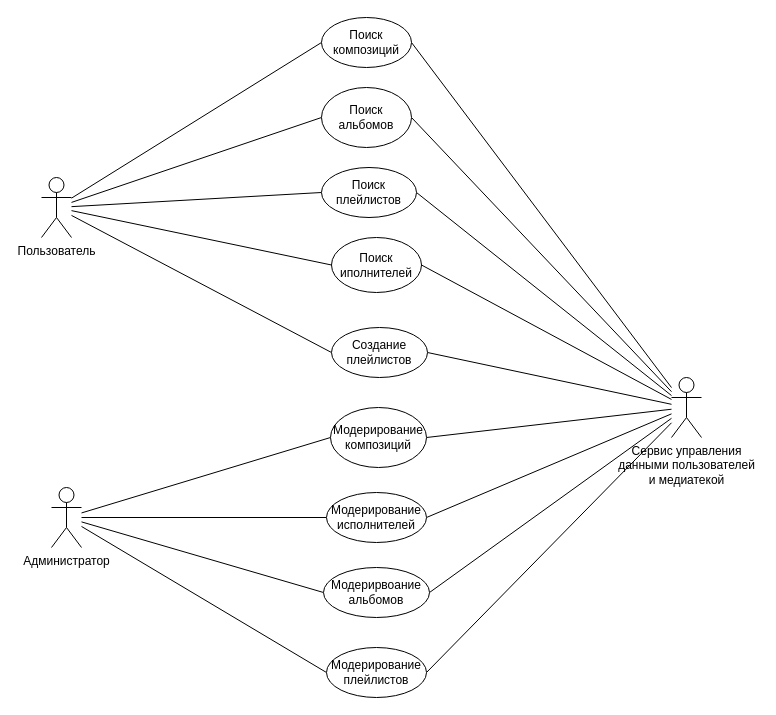
Above: use_case_diagram/use_case_diafram.drawio in UmbrellaLeaf5/music_library_database (draw.io), before the change. Source tidied: cells renumbered, new cells numbered last; positions are measured from the earlier drawing's top-left corner, leaving out a move shared by most shapes. Both pictures are drawn from the tidied source at 100%, with x=0, y=0 at pixel (41, 17).
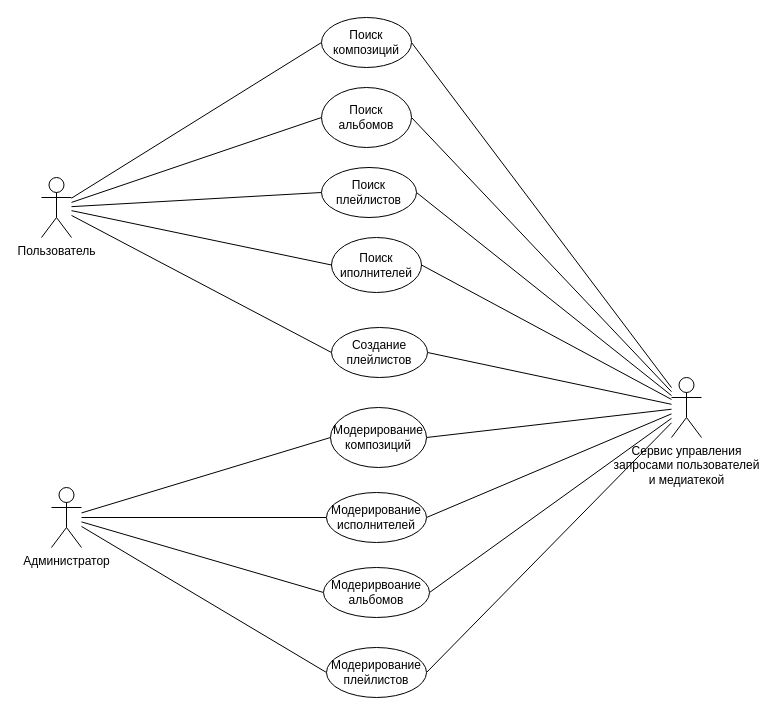
The same diagram, later.

Commit message (it also covers changes not shown here):
global update ER- and use case diagram

The edit, as a diff of the source:
```diff
@@
-    <mxCell id="11" value="Сервис управления&lt;br&gt;данными пользователей&lt;br&gt;и медиатекой" style="shape=umlActor;verticalLabelPosition=bottom;verticalAlign=top;html=1;outlineConnect=0;" parent="1" vertex="1">
+    <mxCell id="11" value="Сервис управления&lt;br&gt;запросами пользователей&lt;br&gt;и медиатекой" style="shape=umlActor;verticalLabelPosition=bottom;verticalAlign=top;html=1;outlineConnect=0;" parent="1" vertex="1">
       <mxGeometry x="630" y="360" width="30" height="60" as="geometry" />
     </mxCell>
```
